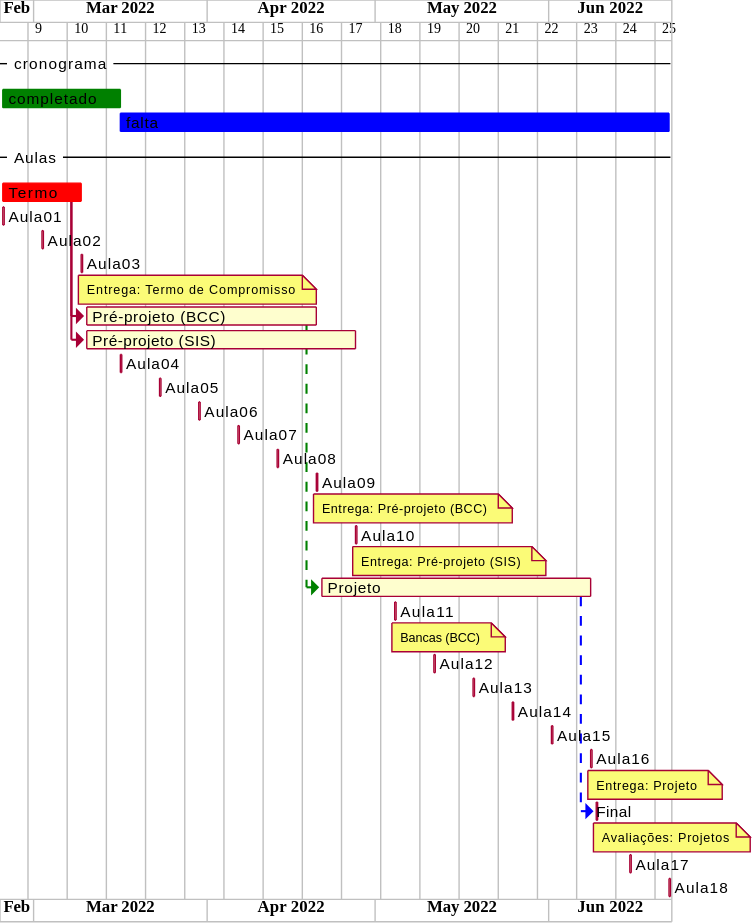
dalton-reis/disciplina_TCC1_Privado keeps this PlantUML diagram as cronograma.svg. Above is the earlier version.
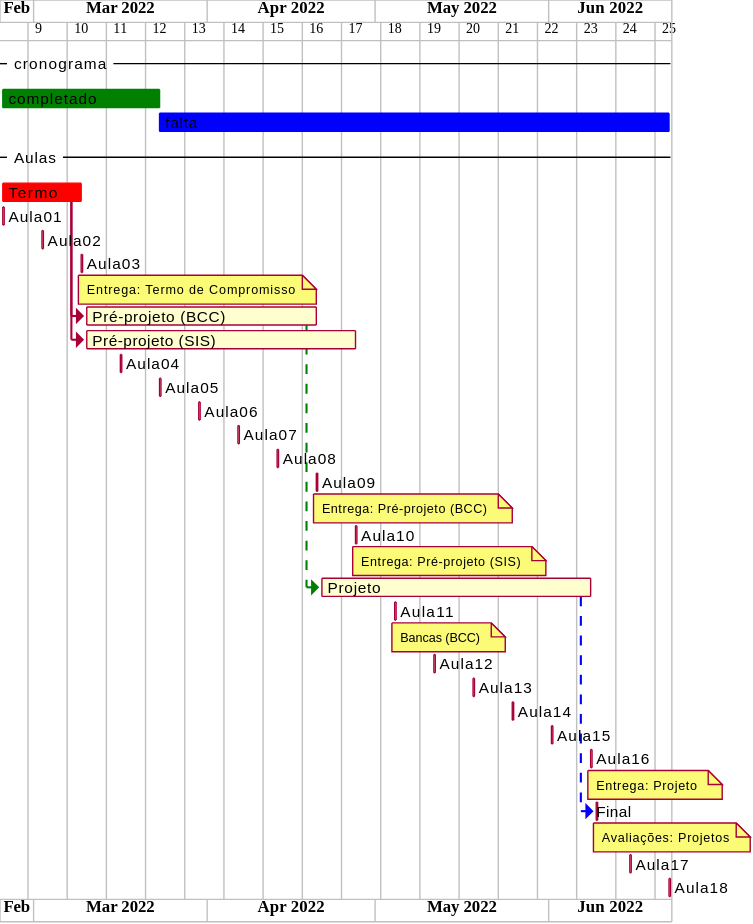
Above is the later version.

What changed in the source:
```diff
@@ -6,8 +6,8 @@
 
 -- cronograma --
 [completado] is colored in green
-[completado] starts 2022-02-23 and ends 2022-03-16
-[falta] starts 2022-03-16 and ends 2022-06-22
+[completado] starts 2022-02-23 and ends 2022-03-23
+[falta] starts 2022-03-23 and ends 2022-06-22
 [falta] is colored in blue
 
 -- Aulas --
```
